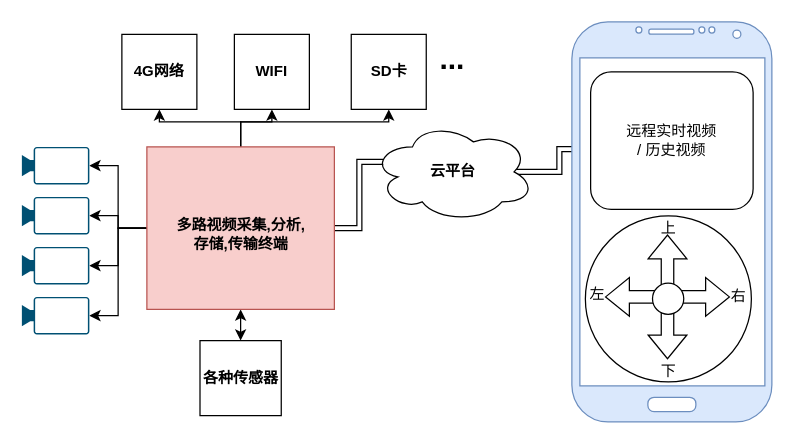
Above: 1.drawio in chendong-2023/cmd (draw.io), before the change. Source tidied: cells renumbered, new cells numbered last; positions are measured from the earlier drawing's top-left corner, leaving out a move shared by most shapes. Both pictures are drawn from the tidied source at 125%, with x=0, y=0 at pixel (21, 21).
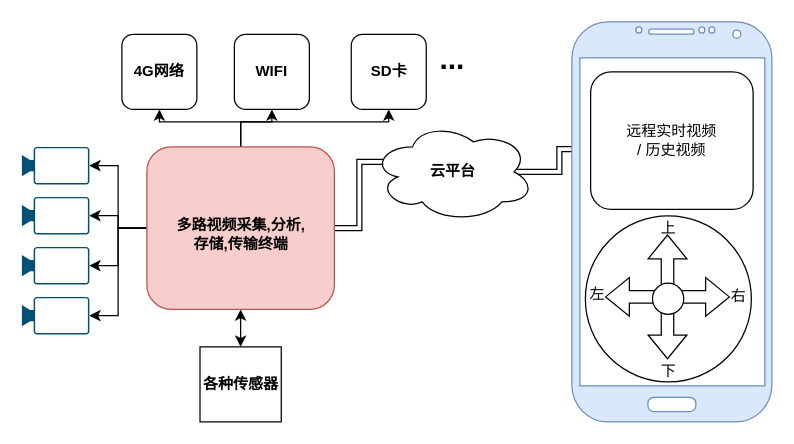
After the change.

Change to the diagram source:
```diff
@@
-    <mxCell id="14" style="whiteSpace=wrap;html=1;fontStyle=1;fillColor=#f8cecc;strokeColor=#b85450;" parent="1" vertex="1">
+    <mxCell id="14" style="whiteSpace=wrap;html=1;fontStyle=1;fillColor=#f8cecc;strokeColor=#b85450;rounded=1;" parent="1" vertex="1">
       <mxGeometry x="100" y="100" width="150" height="130" as="geometry" />
     </mxCell>
@@
     <mxCell id="20" value="各种传感器" style="whiteSpace=wrap;html=1;fontStyle=1;" parent="1" vertex="1">
-      <mxGeometry x="142.5" y="255" width="65" height="60" as="geometry" />
+      <mxGeometry x="142.5" y="260" width="65" height="60" as="geometry" />
     </mxCell>
-    <mxCell id="21" value="4G网络" style="whiteSpace=wrap;html=1;fontStyle=1;" parent="1" vertex="1">
+    <mxCell id="21" value="4G网络" style="whiteSpace=wrap;html=1;fontStyle=1;rounded=1;" parent="1" vertex="1">
       <mxGeometry x="80" y="10" width="60" height="60" as="geometry" />
     </mxCell>
-    <mxCell id="22" value="WIFI" style="whiteSpace=wrap;html=1;fontStyle=1;" parent="1" vertex="1">
+    <mxCell id="22" value="WIFI" style="whiteSpace=wrap;html=1;fontStyle=1;rounded=1;" parent="1" vertex="1">
       <mxGeometry x="170" y="10" width="60" height="60" as="geometry" />
     </mxCell>
-    <mxCell id="23" value="SD卡" style="whiteSpace=wrap;html=1;fontStyle=1;" parent="1" vertex="1">
+    <mxCell id="23" value="SD卡" style="whiteSpace=wrap;html=1;fontStyle=1;rounded=1;" parent="1" vertex="1">
       <mxGeometry x="263.5" y="10" width="60" height="60" as="geometry" />
     </mxCell>
-    <mxCell id="24" value="&lt;span&gt;&lt;font style=&quot;font-size: 24px;&quot;&gt;...&lt;/font&gt;&lt;/span&gt;" style="text;html=1;align=center;verticalAlign=middle;strokeColor=none;fillColor=none;fontStyle=1;" parent="1" vertex="1">
+    <mxCell id="24" value="&lt;span&gt;&lt;font style=&quot;font-size: 24px;&quot;&gt;...&lt;/font&gt;&lt;/span&gt;" style="text;html=1;align=center;verticalAlign=middle;strokeColor=none;fillColor=none;fontStyle=1;rounded=1;" parent="1" vertex="1">
       <mxGeometry x="323.5" y="10" width="40" height="40" as="geometry" />
     </mxCell>
```
